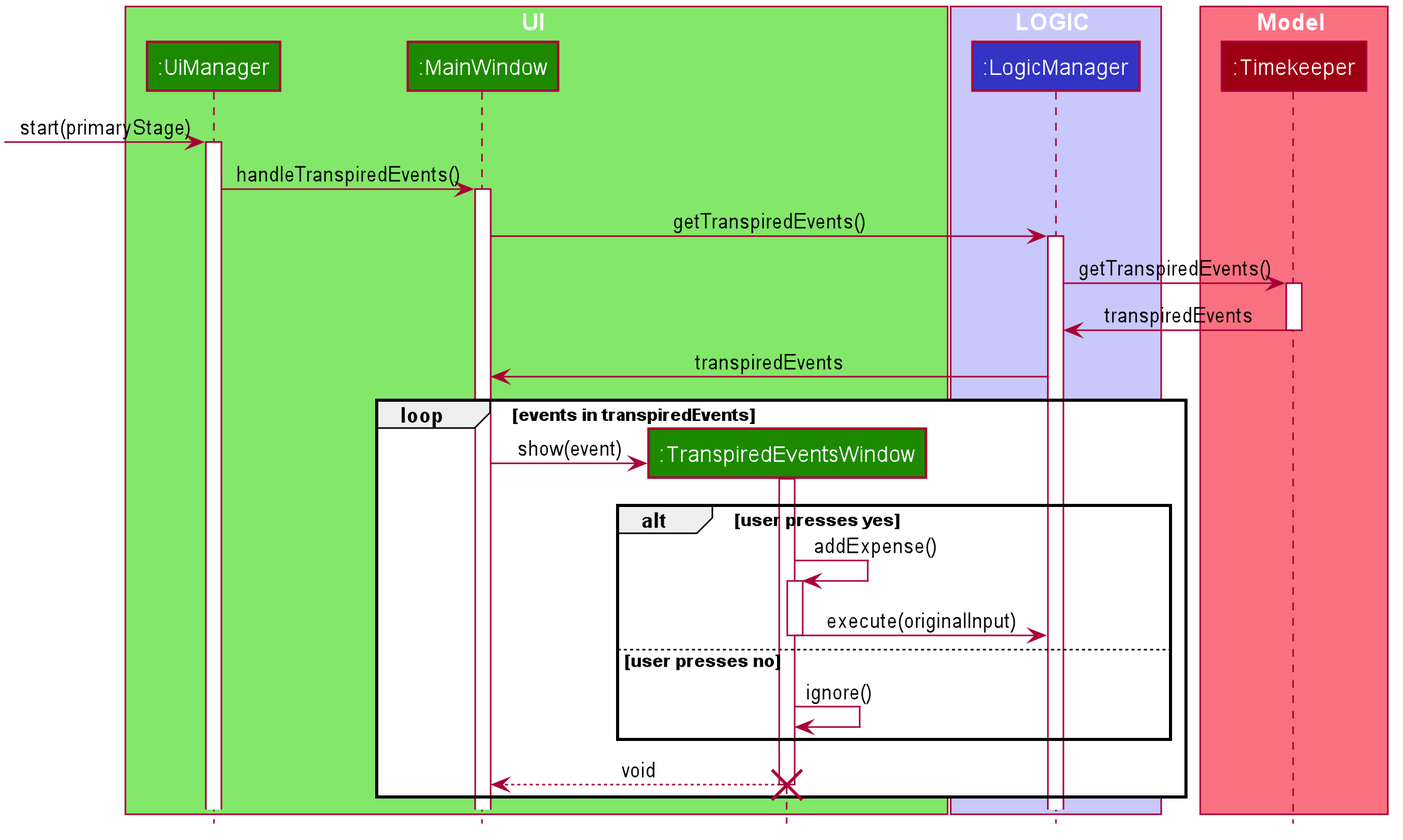
The PlantUML diagram images/TranspiredEventsSequenceDiagram.png in AY1920S1-CS2103T-T11-1/main, before a commit.
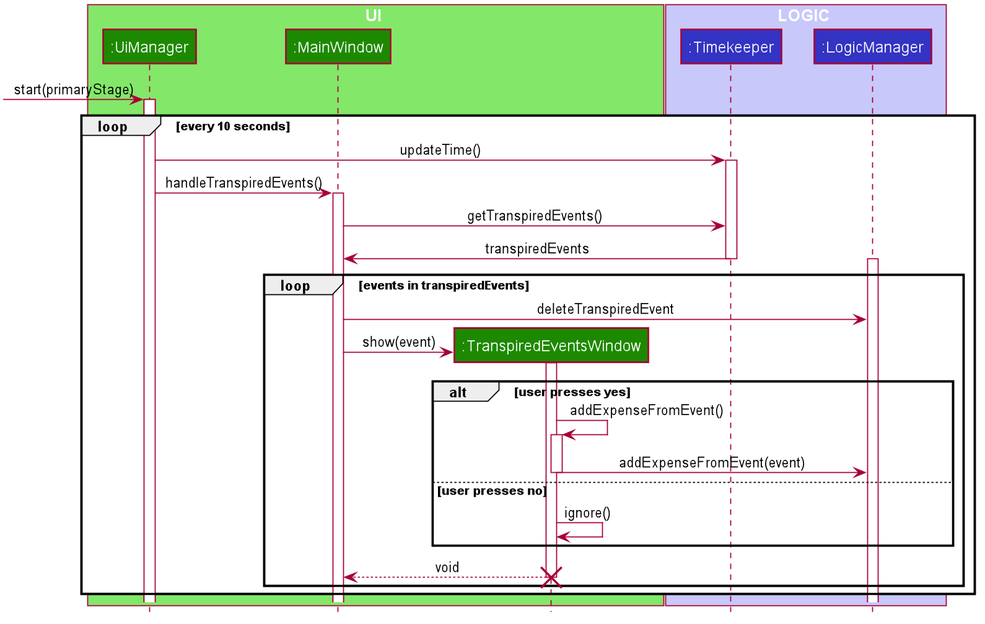
After the commit.

The edit, as a diff of the source:
```diff
@@ -55,44 +55,45 @@
 end box
 
 box LOGIC #C8C8FA
+participant ":Timekeeper" as Timekeeper #3333C4
 participant ":LogicManager" as LogicManager #3333C4
+
 end box
 
 box Model #F97181
-participant ":Timekeeper" as Timekeeper #9D0012
 end box
 
 [-> UiManager : start(primaryStage)
 activate UiManager
 
-UiManager -> MainWindow : handleTranspiredEvents()
-activate MainWindow
+loop every 10 seconds
+    UiManager -> Timekeeper : updateTime()
+    activate Timekeeper
 
-MainWindow -> LogicManager : getTranspiredEvents()
-activate LogicManager
+    UiManager -> MainWindow : handleTranspiredEvents()
+    activate MainWindow
 
-LogicManager -> Timekeeper : getTranspiredEvents()
-activate Timekeeper
+    MainWindow -> Timekeeper : getTranspiredEvents()
 
-Timekeeper -> LogicManager : transpiredEvents
-deactivate Timekeeper
+    Timekeeper -> MainWindow : transpiredEvents
+    deactivate Timekeeper
 
-LogicManager -> MainWindow : transpiredEvents
-
-loop events in transpiredEvents
-    create TranspiredEventsWindow
-    MainWindow -> TranspiredEventsWindow : show(event)
-    activate TranspiredEventsWindow
-    alt user presses yes
-    TranspiredEventsWindow -> TranspiredEventsWindow : addExpense()
-    activate TranspiredEventsWindow
-    TranspiredEventsWindow -> LogicManager : execute(originalInput)
-    deactivate TranspiredEventsWindow
-    else user presses no
-    TranspiredEventsWindow -> TranspiredEventsWindow : ignore()
+    activate LogicManager
+    loop events in transpiredEvents
+        MainWindow -> LogicManager : deleteTranspiredEvent
+        create TranspiredEventsWindow
+        MainWindow -> TranspiredEventsWindow : show(event)
+        activate TranspiredEventsWindow
+        alt user presses yes
+        TranspiredEventsWindow -> TranspiredEventsWindow : addExpenseFromEvent()
+        activate TranspiredEventsWindow
+        TranspiredEventsWindow -> LogicManager : addExpenseFromEvent(event)
+        deactivate TranspiredEventsWindow
+        else user presses no
+        TranspiredEventsWindow -> TranspiredEventsWindow : ignore()
+        end
+        TranspiredEventsWindow --> MainWindow : void
+        destroy TranspiredEventsWindow
     end
-    TranspiredEventsWindow --> MainWindow : void
-    destroy TranspiredEventsWindow
 end
-
 @enduml
```
